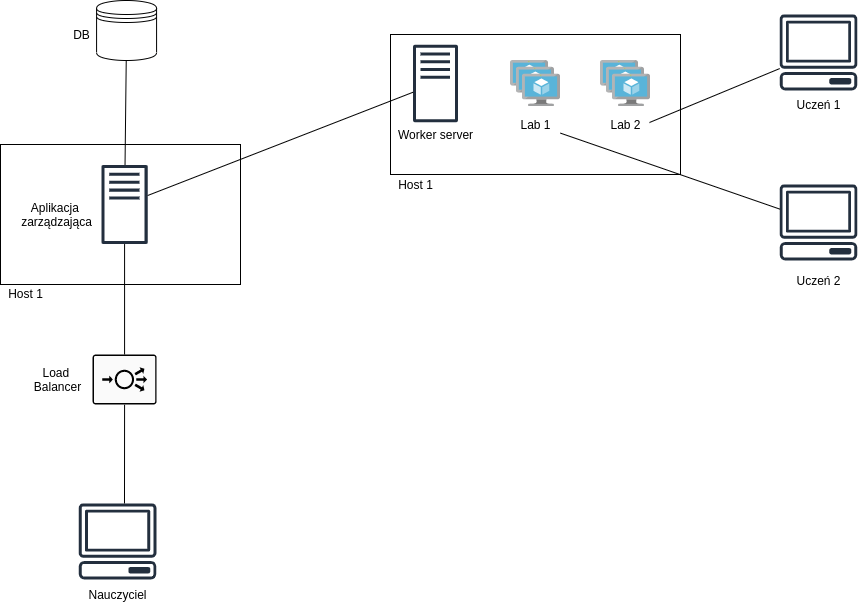
VM-Lab-Automation/Presentation keeps this draw.io diagram as img/arch3.png. Above is the earlier version. Source tidied: cells renumbered, new cells last; positions are measured from the earlier drawing's top-left corner, leaving out a move shared by most shapes.
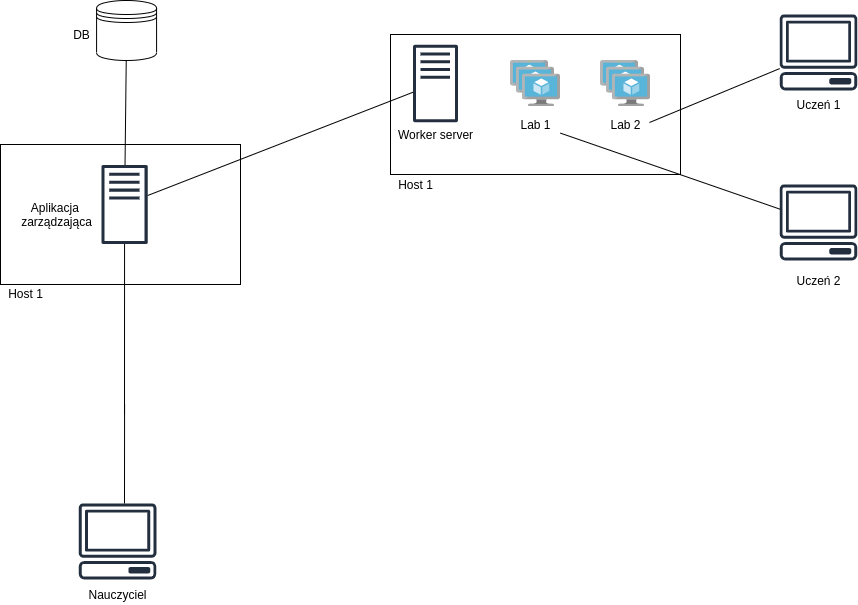
After the change.

Commit message:
arch and gifs improvements

What changed in the source:
```diff
@@ -59,26 +59,24 @@
     <mxCell id="20" style="outlineConnect=0;fontColor=#232F3E;gradientColor=none;fillColor=#232F3E;strokeColor=none;dashed=0;verticalLabelPosition=bottom;verticalAlign=top;align=center;html=1;fontSize=12;fontStyle=0;shape=mxgraph.aws4.client;" parent="1" vertex="1">
       <mxGeometry x="779" y="14" width="78" height="76" as="geometry" />
     </mxCell>
-    <mxCell id="21" style="endArrow=none;html=1;exitX=0.589;exitY=0;exitDx=0;exitDy=0;exitPerimeter=0;entryX=0.5;entryY=1;entryDx=0;entryDy=0;entryPerimeter=0;" parent="1" edge="1" source="13" target="23">
-      <mxGeometry relative="1" as="geometry" />
+    <mxCell id="21" style="endArrow=none;html=1;exitX=0.589;exitY=0;exitDx=0;exitDy=0;exitPerimeter=0;entryX=0.5;entryY=1;entryDx=0;entryDy=0;entryPerimeter=0;" parent="1" edge="1" source="13">
+      <mxGeometry relative="1" as="geometry">
+        <mxPoint x="124.1" y="404" as="targetPoint" />
+      </mxGeometry>
     </mxCell>
     <mxCell id="22" style="endArrow=none;html=1;" parent="1" edge="1" source="20">
       <mxGeometry relative="1" as="geometry">
         <mxPoint x="649" y="122" as="targetPoint" />
       </mxGeometry>
     </mxCell>
-    <mxCell id="23" style="points=[[0.015,0.015,0],[0.985,0.015,0],[0.985,0.985,0],[0.015,0.985,0],[0.25,0,0],[0.5,0,0],[0.75,0,0],[1,0.25,0],[1,0.5,0],[1,0.75,0],[0.75,1,0],[0.5,1,0],[0.25,1,0],[0,0.75,0],[0,0.5,0],[0,0.25,0]];verticalLabelPosition=bottom;html=1;verticalAlign=top;align=center;shape=mxgraph.cisco19.rect;prIcon=load_balancer;fillColor=#FAFAFA;direction=east;" parent="1" vertex="1">
-      <mxGeometry x="92.1" y="354" width="64" height="50" as="geometry" />
-    </mxCell>
-    <mxCell id="24" style="endArrow=none;html=1;exitX=0.5;exitY=0;exitDx=0;exitDy=0;exitPerimeter=0;" parent="1" edge="1" source="23" target="4">
-      <mxGeometry relative="1" as="geometry" />
+    <mxCell id="24" style="endArrow=none;html=1;" parent="1" edge="1" target="4">
+      <mxGeometry relative="1" as="geometry">
+        <mxPoint x="124" y="414" as="sourcePoint" />
+      </mxGeometry>
     </mxCell>
     <mxCell id="25" style="endArrow=none;html=1;" parent="1" edge="1" source="4" target="7">
       <mxGeometry relative="1" as="geometry" />
     </mxCell>
-    <mxCell id="26" value="Load &lt;br&gt;Balancer" style="text;html=1;align=center;verticalAlign=middle;" parent="1" vertex="1">
-      <mxGeometry x="27.1" y="364" width="60" height="30" as="geometry" />
-    </mxCell>
     <mxCell id="27" style="outlineConnect=0;fontColor=#232F3E;gradientColor=none;fillColor=#232F3E;strokeColor=none;dashed=0;verticalLabelPosition=bottom;verticalAlign=top;align=center;html=1;fontSize=12;fontStyle=0;shape=mxgraph.aws4.client;" parent="1" vertex="1">
       <mxGeometry x="779" y="184" width="78" height="76" as="geometry" />
     </mxCell>
```
